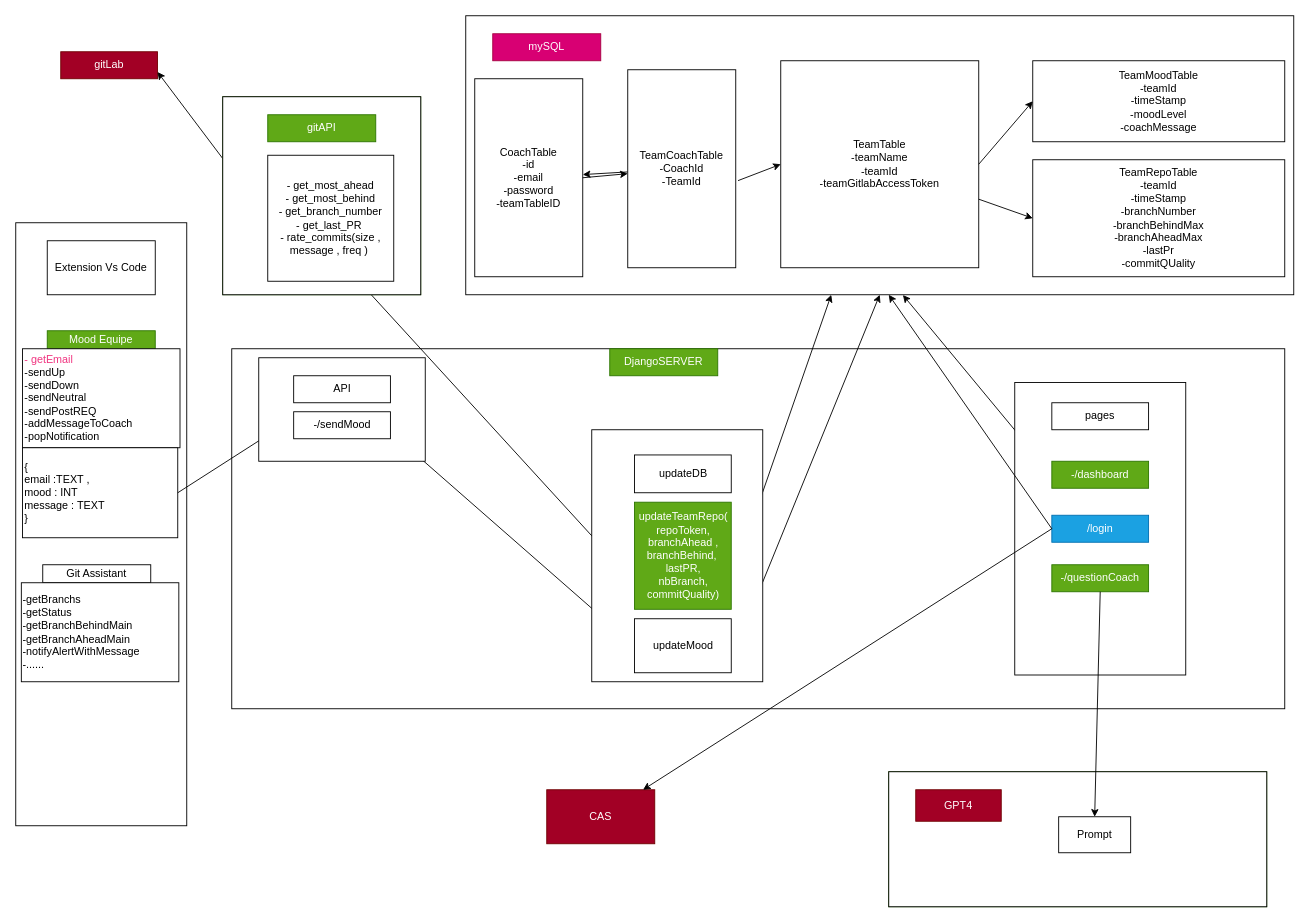
Above: architecture.drawio in mohamedali3107/codingcoach (draw.io), before the change. Source tidied: cells renumbered, new cells numbered last; positions are measured from the earlier drawing's top-left corner, leaving out a move shared by most shapes. Both pictures are drawn from the tidied source at 90%, with x=0, y=0 at pixel (15, 15).
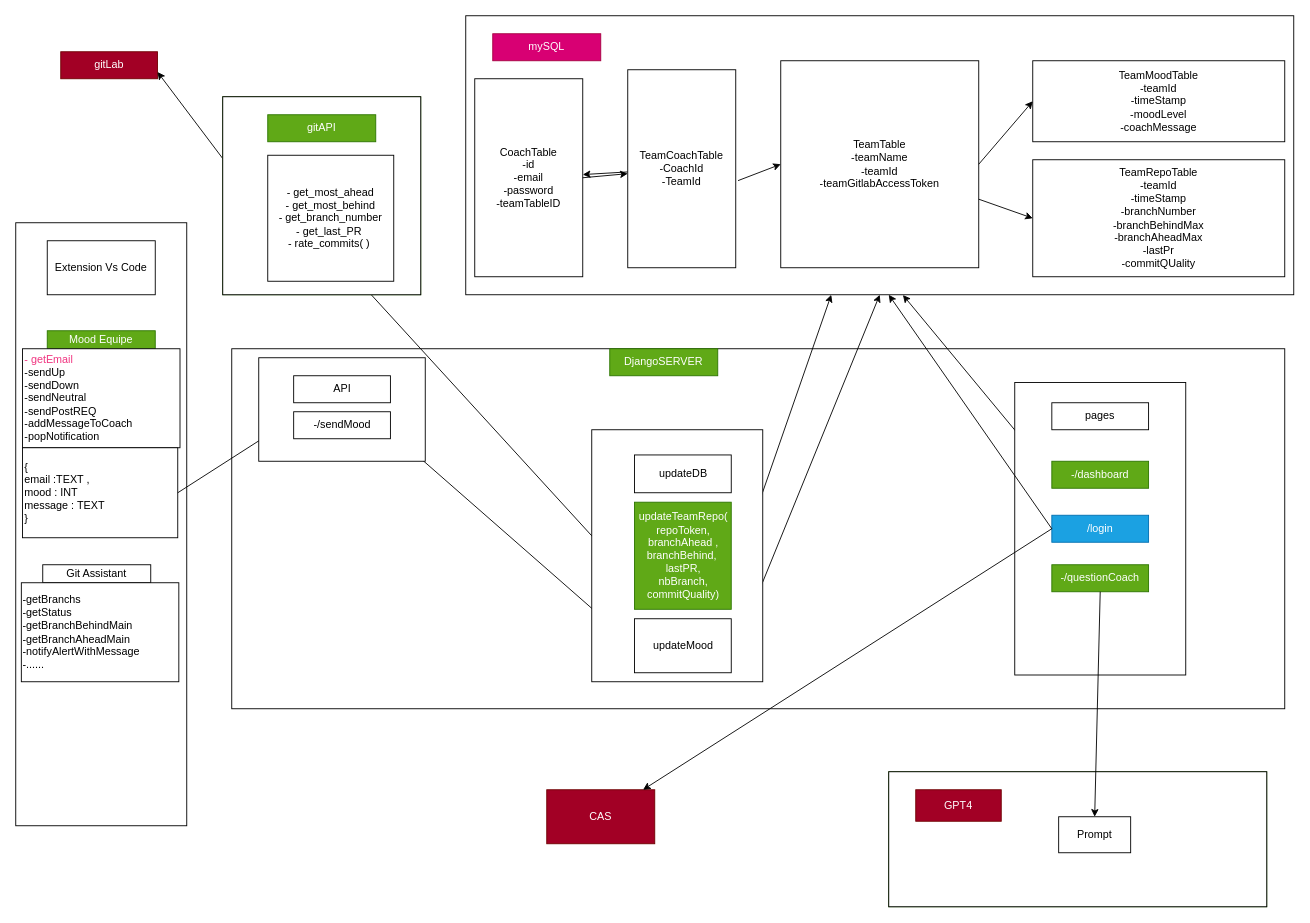
After the change.

Unchanged cells that the change refers to:
```xml
<mxCell id="52" style="group;fillColor=#60a917;fontColor=#ffffff;strokeColor=#2D7600;" parent="1" vertex="1">
  <mxGeometry x="230" y="90" width="220" height="220" as="geometry" />
</mxCell>
```

Change to the diagram source:
```diff
@@
-    <mxCell id="55" value="- get_most_ahead&lt;br&gt;- get_most_behind&lt;br&gt;- get_branch_number&lt;br&gt;- get_last_PR&amp;nbsp;&lt;br&gt;- rate_commits(size , message , freq )&amp;nbsp;" style="whiteSpace=wrap;html=1;" parent="52" vertex="1">
+    <mxCell id="55" value="- get_most_ahead&lt;br&gt;- get_most_behind&lt;br&gt;- get_branch_number&lt;br&gt;- get_last_PR&amp;nbsp;&lt;br&gt;- rate_commits( )&amp;nbsp;" style="whiteSpace=wrap;html=1;" parent="52" vertex="1">
       <mxGeometry x="50" y="65" width="140" height="140" as="geometry" />
     </mxCell>
```
